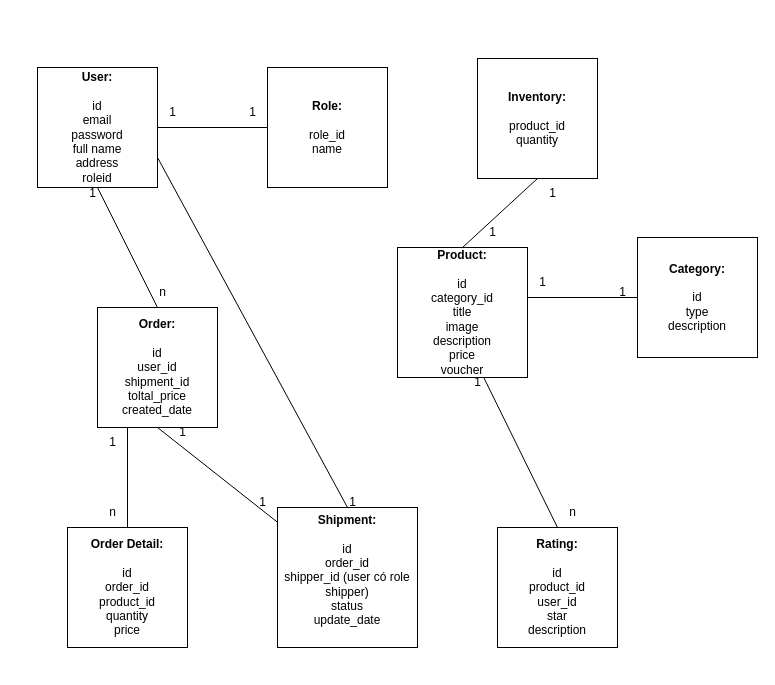
binh1922004/preTest keeps this draw.io diagram as shoeshop.drawio. Above is the earlier version. Source tidied: cells renumbered, new cells numbered last; positions are measured from the earlier drawing's top-left corner, leaving out a move shared by most shapes. Both pictures are drawn from the tidied source at 100%, with x=0, y=0 at pixel (37, 58).
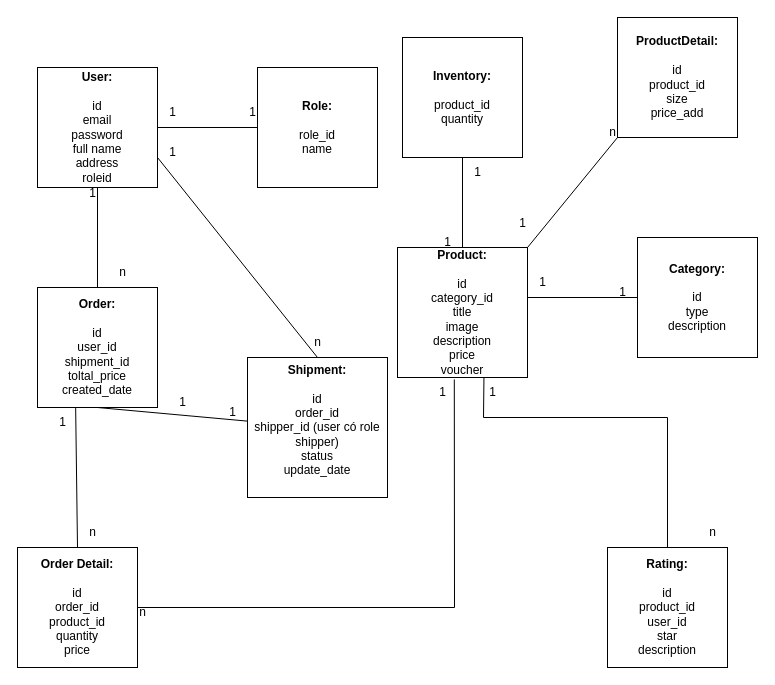
The same page after the edit.

The change refers to these unchanged cells:
```xml
<mxCell id="5" value="&lt;b&gt;Product:&lt;/b&gt;&lt;div&gt;&lt;br&gt;&lt;/div&gt;&lt;div&gt;id&lt;/div&gt;&lt;div&gt;category_id&lt;/div&gt;&lt;div&gt;title&lt;/div&gt;&lt;div&gt;image&lt;/div&gt;&lt;div&gt;description&lt;/div&gt;&lt;div&gt;price&lt;/div&gt;&lt;div&gt;voucher&lt;/div&gt;" style="whiteSpace=wrap;html=1;" parent="1" vertex="1">
  <mxGeometry x="360" y="189" width="130" height="130" as="geometry" />
</mxCell>
```

Diff of the diagram source:
```diff
@@
     <mxCell id="3" value="&lt;b&gt;Role:&lt;/b&gt;&lt;div&gt;&lt;br&gt;&lt;/div&gt;&lt;div&gt;role_id&lt;/div&gt;&lt;div&gt;name&lt;/div&gt;" style="whiteSpace=wrap;html=1;" parent="1" vertex="1">
-      <mxGeometry x="230" y="9" width="120" height="120" as="geometry" />
+      <mxGeometry x="220" y="9" width="120" height="120" as="geometry" />
     </mxCell>
     <mxCell id="4" value="&lt;b&gt;Order:&lt;/b&gt;&lt;div&gt;&lt;br&gt;&lt;/div&gt;&lt;div&gt;id&lt;/div&gt;&lt;div&gt;user_id&lt;/div&gt;&lt;div&gt;shipment_id&lt;/div&gt;&lt;div&gt;toltal_price&lt;/div&gt;&lt;div&gt;created_date&lt;/div&gt;" style="whiteSpace=wrap;html=1;" parent="1" vertex="1">
-      <mxGeometry x="60" y="249" width="120" height="120" as="geometry" />
+      <mxGeometry y="229" width="120" height="120" as="geometry" />
     </mxCell>
@@
     <mxCell id="7" value="&lt;b&gt;Order Detail:&lt;/b&gt;&lt;div&gt;&lt;br&gt;&lt;/div&gt;&lt;div&gt;id&lt;/div&gt;&lt;div&gt;order_id&lt;/div&gt;&lt;div&gt;product_id&lt;/div&gt;&lt;div&gt;quantity&lt;/div&gt;&lt;div&gt;price&lt;/div&gt;" style="whiteSpace=wrap;html=1;" parent="1" vertex="1">
-      <mxGeometry x="30" y="469" width="120" height="120" as="geometry" />
+      <mxGeometry x="-20" y="489" width="120" height="120" as="geometry" />
     </mxCell>
     <mxCell id="8" value="&lt;b&gt;Inventory:&lt;/b&gt;&lt;div&gt;&lt;br&gt;&lt;/div&gt;&lt;div&gt;product_id&lt;/div&gt;&lt;div&gt;quantity&lt;/div&gt;" style="whiteSpace=wrap;html=1;" parent="1" vertex="1">
-      <mxGeometry x="440" width="120" height="120" as="geometry" />
+      <mxGeometry x="365" y="-21" width="120" height="120" as="geometry" />
     </mxCell>
     <mxCell id="9" value="&lt;b&gt;Rating:&lt;/b&gt;&lt;div&gt;&lt;br&gt;&lt;/div&gt;&lt;div&gt;id&lt;/div&gt;&lt;div&gt;product_id&lt;/div&gt;&lt;div&gt;user_id&lt;/div&gt;&lt;div&gt;star&lt;/div&gt;&lt;div&gt;description&lt;/div&gt;" style="whiteSpace=wrap;html=1;" parent="1" vertex="1">
-      <mxGeometry x="460" y="469" width="120" height="120" as="geometry" />
+      <mxGeometry x="570" y="489" width="120" height="120" as="geometry" />
     </mxCell>
     <mxCell id="10" value="&lt;b&gt;Shipment:&lt;/b&gt;&lt;div&gt;&lt;br&gt;&lt;/div&gt;&lt;div&gt;id&lt;/div&gt;&lt;div&gt;order_id&lt;/div&gt;&lt;div&gt;shipper_id (user có role shipper)&lt;/div&gt;&lt;div&gt;status&lt;/div&gt;&lt;div&gt;update_date&lt;/div&gt;&lt;div&gt;&lt;br&gt;&lt;/div&gt;" style="whiteSpace=wrap;html=1;" parent="1" vertex="1">
-      <mxGeometry x="240" y="449" width="140" height="140" as="geometry" />
+      <mxGeometry x="210" y="299" width="140" height="140" as="geometry" />
     </mxCell>
@@
-    <mxCell id="13" style="endArrow=none;html=1;rounded=0;entryX=0.5;entryY=0;entryDx=0;entryDy=0;exitX=0.25;exitY=1;exitDx=0;exitDy=0;" parent="1" edge="1" source="4" target="7">
+    <mxCell id="13" style="endArrow=none;html=1;rounded=0;entryX=0.5;entryY=0;entryDx=0;entryDy=0;exitX=0.318;exitY=1.005;exitDx=0;exitDy=0;exitPerimeter=0;" parent="1" edge="1" source="4" target="7">
       <mxGeometry relative="1" as="geometry" />
     </mxCell>
@@
     <mxCell id="15" style="endArrow=none;html=1;rounded=0;exitX=0.665;exitY=1.003;exitDx=0;exitDy=0;entryX=0.5;entryY=0;entryDx=0;entryDy=0;exitPerimeter=0;" parent="1" edge="1" source="5" target="9">
-      <mxGeometry relative="1" as="geometry" />
+      <mxGeometry relative="1" as="geometry">
+        <Array as="points">
+          <mxPoint x="446" y="359" />
+          <mxPoint x="630" y="359" />
+        </Array>
+      </mxGeometry>
     </mxCell>
@@
     <mxCell id="22" value="1" style="text;html=1;align=center;verticalAlign=middle;strokeColor=none;fillColor=none;" parent="1" vertex="1">
-      <mxGeometry x="130" y="359" width="30" height="30" as="geometry" />
+      <mxGeometry x="130" y="329" width="30" height="30" as="geometry" />
     </mxCell>
     <mxCell id="23" value="1" style="text;html=1;align=center;verticalAlign=middle;strokeColor=none;fillColor=none;" parent="1" vertex="1">
-      <mxGeometry x="425" y="309" width="30" height="30" as="geometry" />
+      <mxGeometry x="440" y="319" width="30" height="30" as="geometry" />
     </mxCell>
     <mxCell id="24" value="1" style="text;html=1;align=center;verticalAlign=middle;strokeColor=none;fillColor=none;" parent="1" vertex="1">
-      <mxGeometry x="210" y="429" width="30" height="30" as="geometry" />
+      <mxGeometry x="180" y="339" width="30" height="30" as="geometry" />
     </mxCell>
     <mxCell id="25" value="1" style="text;html=1;align=center;verticalAlign=middle;strokeColor=none;fillColor=none;" parent="1" vertex="1">
-      <mxGeometry x="60" y="369" width="30" height="30" as="geometry" />
+      <mxGeometry x="10" y="349" width="30" height="30" as="geometry" />
     </mxCell>
@@
     <mxCell id="28" value="1" style="text;html=1;align=center;verticalAlign=middle;strokeColor=none;fillColor=none;" parent="1" vertex="1">
-      <mxGeometry x="440" y="159" width="30" height="30" as="geometry" />
+      <mxGeometry x="395" y="169" width="30" height="30" as="geometry" />
     </mxCell>
     <mxCell id="29" value="1" style="text;html=1;align=center;verticalAlign=middle;strokeColor=none;fillColor=none;" parent="1" vertex="1">
-      <mxGeometry x="500" y="120" width="30" height="30" as="geometry" />
+      <mxGeometry x="425" y="99" width="30" height="30" as="geometry" />
     </mxCell>
     <mxCell id="30" value="n" style="text;html=1;align=center;verticalAlign=middle;strokeColor=none;fillColor=none;" parent="1" vertex="1">
-      <mxGeometry x="520" y="439" width="30" height="30" as="geometry" />
+      <mxGeometry x="660" y="459" width="30" height="30" as="geometry" />
     </mxCell>
     <mxCell id="31" value="n" style="text;html=1;align=center;verticalAlign=middle;strokeColor=none;fillColor=none;" parent="1" vertex="1">
-      <mxGeometry x="60" y="439" width="30" height="30" as="geometry" />
+      <mxGeometry x="40" y="459" width="30" height="30" as="geometry" />
     </mxCell>
     <mxCell id="32" value="n" style="text;html=1;align=center;verticalAlign=middle;strokeColor=none;fillColor=none;" parent="1" vertex="1">
-      <mxGeometry x="110" y="219" width="30" height="30" as="geometry" />
+      <mxGeometry x="70" y="199" width="30" height="30" as="geometry" />
     </mxCell>
     <mxCell id="33" value="1" style="text;html=1;align=center;verticalAlign=middle;strokeColor=none;fillColor=none;" parent="1" vertex="1">
-      <mxGeometry x="300" y="429" width="30" height="30" as="geometry" />
+      <mxGeometry x="120" y="79" width="30" height="30" as="geometry" />
     </mxCell>
+    <mxCell id="34" style="endArrow=none;html=1;rounded=0;exitX=1;exitY=0.5;exitDx=0;exitDy=0;entryX=0.437;entryY=1.015;entryDx=0;entryDy=0;entryPerimeter=0;" parent="1" edge="1" source="7" target="5">
+      <mxGeometry relative="1" as="geometry">
+        <Array as="points">
+          <mxPoint x="417" y="549" />
+        </Array>
+      </mxGeometry>
+    </mxCell>
+    <mxCell id="35" value="1" style="text;html=1;align=center;verticalAlign=middle;strokeColor=none;fillColor=none;" parent="1" vertex="1">
+      <mxGeometry x="390" y="319" width="30" height="30" as="geometry" />
+    </mxCell>
+    <mxCell id="36" value="n" style="text;html=1;align=center;verticalAlign=middle;strokeColor=none;fillColor=none;" parent="1" vertex="1">
+      <mxGeometry x="90" y="539" width="30" height="30" as="geometry" />
+    </mxCell>
+    <mxCell id="37" style="endArrow=none;html=1;rounded=0;exitX=1;exitY=0;exitDx=0;exitDy=0;" parent="1" edge="1" source="5">
+      <mxGeometry relative="1" as="geometry">
+        <mxPoint x="580" y="79" as="targetPoint" />
+      </mxGeometry>
+    </mxCell>
+    <mxCell id="38" value="n" style="text;html=1;align=center;verticalAlign=middle;strokeColor=none;fillColor=none;" parent="1" vertex="1">
+      <mxGeometry x="265" y="269" width="30" height="30" as="geometry" />
+    </mxCell>
+    <mxCell id="39" value="&lt;b&gt;ProductDetail:&lt;/b&gt;&lt;div&gt;&lt;br&gt;&lt;/div&gt;&lt;div&gt;id&lt;/div&gt;&lt;div&gt;&lt;span style=&quot;background-color: initial;&quot;&gt;product_id&lt;/span&gt;&lt;/div&gt;&lt;div&gt;size&lt;br&gt;price_add&lt;/div&gt;" style="whiteSpace=wrap;html=1;" parent="1" vertex="1">
+      <mxGeometry x="580" y="-41" width="120" height="120" as="geometry" />
+    </mxCell>
+    <mxCell id="40" value="1" style="text;html=1;align=center;verticalAlign=middle;strokeColor=none;fillColor=none;" parent="1" vertex="1">
+      <mxGeometry x="470" y="150" width="30" height="30" as="geometry" />
+    </mxCell>
+    <mxCell id="41" value="n" style="text;html=1;align=center;verticalAlign=middle;strokeColor=none;fillColor=none;" parent="1" vertex="1">
+      <mxGeometry x="560" y="59" width="30" height="30" as="geometry" />
+    </mxCell>
```
